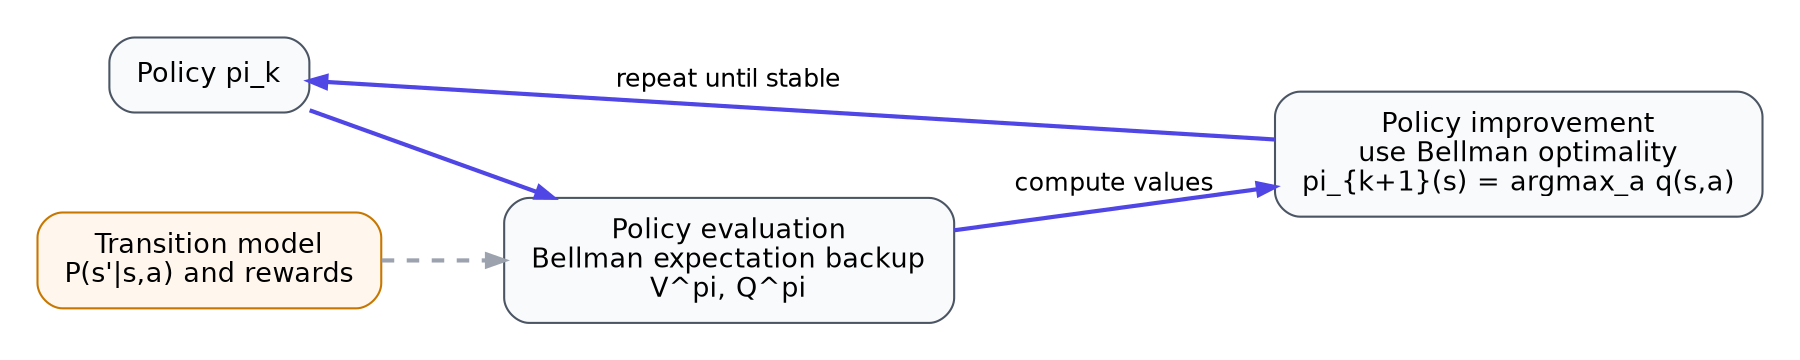
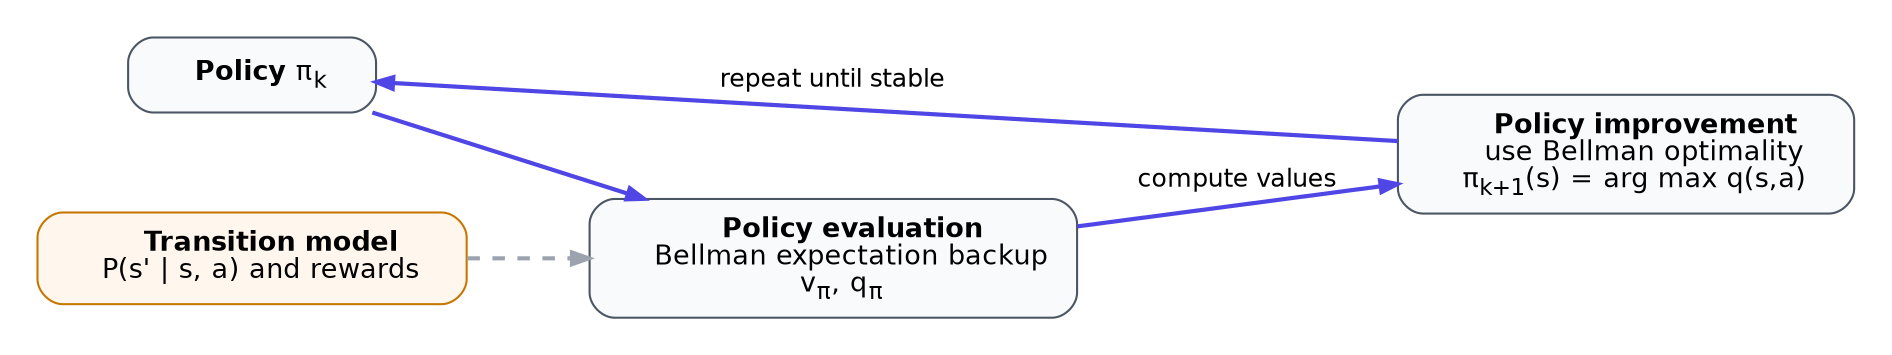
digraph BellmanPolicyIterationLoop {
  graph [
    rankdir=LR,
    bgcolor="transparent",
    pad="0.25",
    nodesep="0.5",
    ranksep="0.8"
  ];
  node [
    shape=box,
    style="rounded,filled",
    fontname="Helvetica",
    fontsize=13,
    margin="0.18,0.12",
    color="#4b5563",
    fillcolor="#f8fafc"
  ];
  edge [
    fontname="Helvetica",
    fontsize=12,
    color="#4f46e5",
    arrowsize=0.8,
    penwidth=2.0
  ];

-   policy [label="Policy pi_k"];
-   eval [label="Policy evaluation\nBellman expectation backup\nV^pi, Q^pi"];
-   improve [label="Policy improvement\nuse Bellman optimality\npi_{k+1}(s) = argmax_a q(s,a)"];
-   model [label="Transition model\nP(s'|s,a) and rewards", fillcolor="#fff7ed", color="#c77700"];
+   policy [label=<
+     <B>Policy</B> &pi;<SUB>k</SUB>
+   >];
+   eval [label=<
+     <B>Policy evaluation</B><BR/>
+     Bellman expectation backup<BR/>
+     v<SUB>&pi;</SUB>, q<SUB>&pi;</SUB>
+   >];
+   improve [label=<
+     <B>Policy improvement</B><BR/>
+     use Bellman optimality<BR/>
+     &pi;<SUB>k+1</SUB>(s) = arg max q(s,a)
+   >];
+   model [label=<
+     <B>Transition model</B><BR/>
+     P(s' | s, a) and rewards
+   >, fillcolor="#fff7ed", color="#c77700"];

  policy -> eval;
  model -> eval [style=dashed, color="#9ca3af"];
  eval -> improve [label="compute values"];
  improve -> policy [label="repeat until stable"];
}
